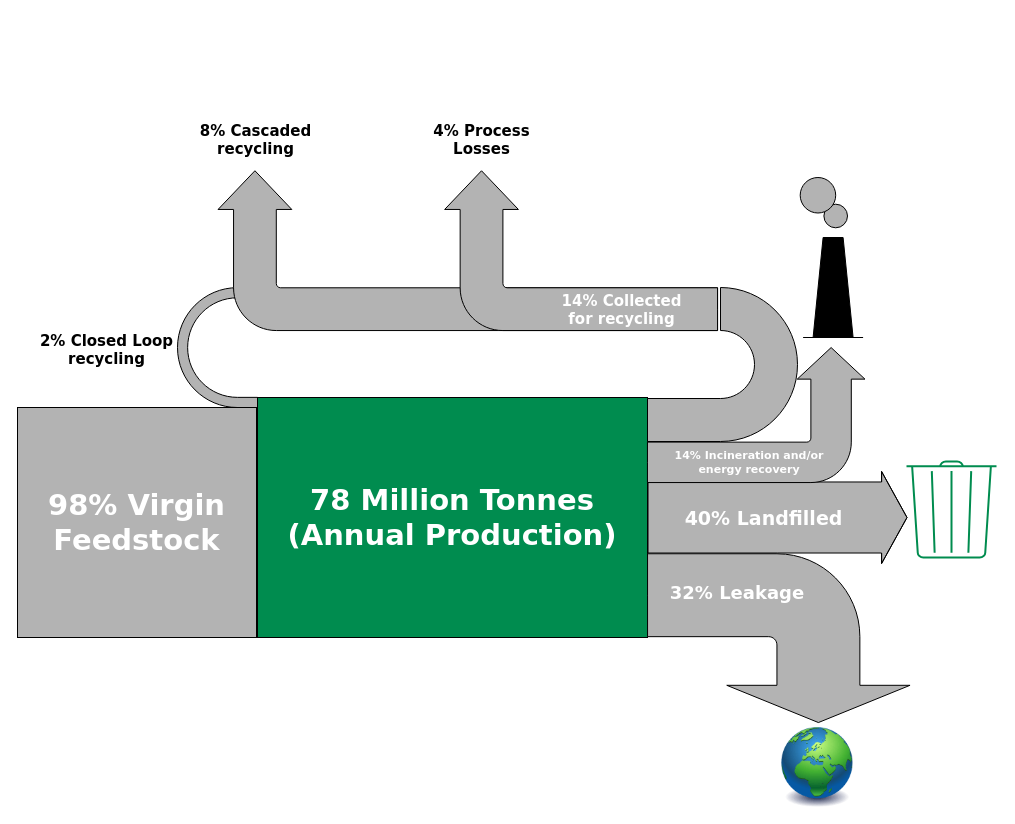
Above: Emerging-Technologies-for-the-Circular-Economy/figures/Diagram Source FIles/Ellen-McArthur-New-Plastics.drawio in ETCE-LAB/teaching-material (draw.io), before the change. Source tidied: cells renumbered, new cells numbered last; positions are measured from the earlier drawing's top-left corner, leaving out a move shared by most shapes. Both pictures are drawn from the tidied source at 100%, with x=0, y=0 at pixel (17, 0).
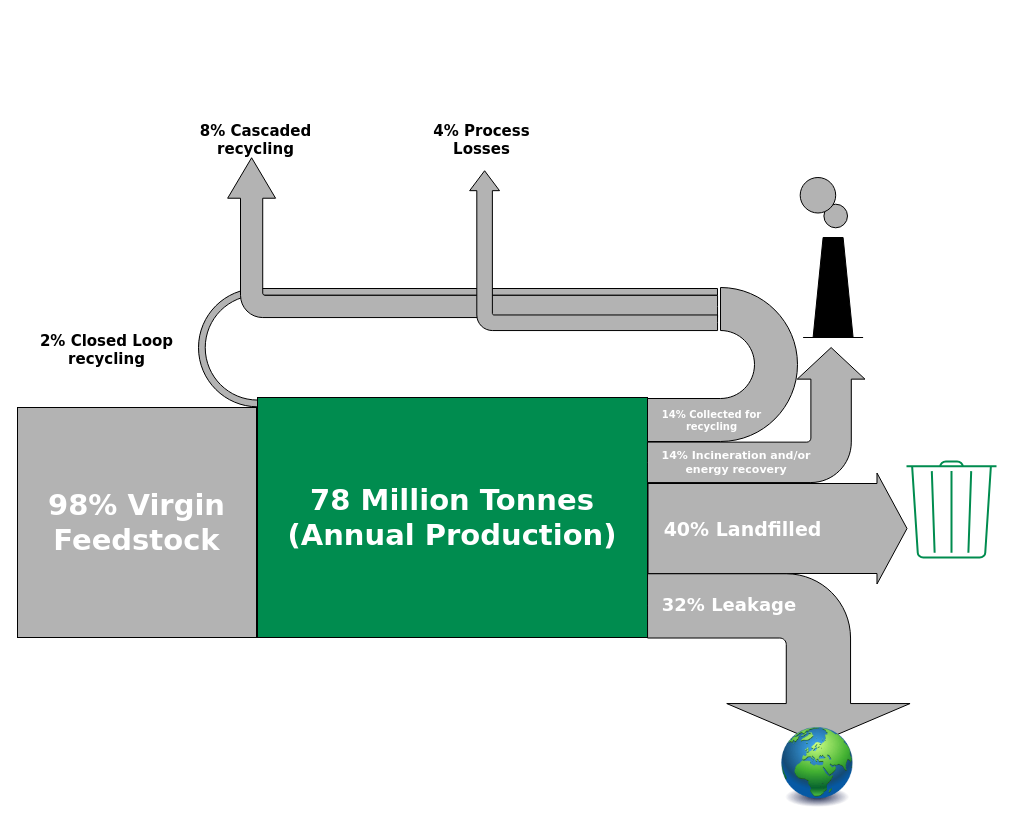
The same diagram, later.

Commit message (it also covers changes not shown here):
More accurate arrows in Ellen-McArthur Plastic Recycling flow figure

Unchanged cells that the change refers to:
```xml
<mxCell id="5" value="&lt;font face=&quot;Dejavu Sans&quot; style=&quot;font-size: 29px&quot;&gt;&lt;b&gt;&lt;font color=&quot;#ffffff&quot;&gt;78 Million Tonnes&lt;br&gt;(Annual Production)&lt;/font&gt;&lt;/b&gt;&lt;br&gt;&lt;/font&gt;" style="rounded=0;whiteSpace=wrap;html=1;fillColor=#008c4f;" parent="1" vertex="1">
  <mxGeometry x="240" y="397" width="390" height="240" as="geometry" />
</mxCell>
```

The edit, as a diff of the source:
```diff
@@
-    <mxCell id="2" style="html=1;shadow=0;dashed=0;align=center;verticalAlign=middle;shape=mxgraph.arrows2.uTurnArrow;dy=5.07;arrowHead=10.43;dx2=0.5;labelBackgroundColor=none;fontFamily=Dejavu Sans;fontSize=18;fontColor=#FFFFFF;strokeColor=#000000;fillColor=#B3B3B3;flipH=0;" parent="1" vertex="1">
-      <mxGeometry x="160" y="287" width="80" height="120" as="geometry" />
+    <mxCell id="2" style="html=1;shadow=0;dashed=0;align=center;verticalAlign=middle;shape=mxgraph.arrows2.uTurnArrow;dy=3.37;arrowHead=10.14;dx2=0.5;labelBackgroundColor=none;fontFamily=Dejavu Sans;fontSize=18;fontColor=#FFFFFF;strokeColor=#000000;fillColor=#B3B3B3;flipH=1;rotation=-180;" parent="1" vertex="1">
+      <mxGeometry x="181" y="288" width="519" height="120" as="geometry" />
     </mxCell>
-    <mxCell id="3" style="edgeStyle=orthogonalEdgeStyle;rounded=0;jettySize=auto;html=1;fontFamily=Dejavu Sans;fontSize=29;fontColor=#FFFFFF;shape=flexArrow;strokeColor=#000000;fillColor=#B3B3B3;width=71.0344827586207;endSize=8.13793103448276;" parent="1" edge="1" source="5">
+    <mxCell id="3" style="edgeStyle=orthogonalEdgeStyle;rounded=0;orthogonalLoop=1;jettySize=auto;html=1;fontFamily=Dejavu Sans;fontSize=29;fontColor=#FFFFFF;shape=flexArrow;strokeColor=#000000;fillColor=#B3B3B3;width=90;endSize=9.67;" parent="1" edge="1">
       <mxGeometry relative="1" as="geometry">
-        <mxPoint x="890" y="517" as="targetPoint" />
+        <mxPoint x="630" y="528" as="sourcePoint" />
+        <mxPoint x="890" y="528" as="targetPoint" />
       </mxGeometry>
     </mxCell>
     <mxCell id="4" value="&lt;b&gt;40% Landfilled&lt;/b&gt;" style="edgeLabel;html=1;align=center;verticalAlign=middle;fontSize=19;fontFamily=Dejavu Sans;fontColor=#FFFFFF;labelBackgroundColor=none;" parent="3" vertex="1">
       <mxGeometry x="-0.24" y="5" relative="1" as="geometry">
-        <mxPoint x="16" y="5" as="offset" />
+        <mxPoint x="-5" y="5" as="offset" />
       </mxGeometry>
     </mxCell>
@@
     <mxCell id="9" value="&lt;b style=&quot;font-size: 11px;&quot;&gt;14% Incineration and/or energy recovery&lt;/b&gt;" style="text;html=1;strokeColor=none;fillColor=none;align=center;verticalAlign=middle;whiteSpace=wrap;rounded=0;labelBackgroundColor=none;fontFamily=Dejavu Sans;fontSize=11;fontColor=#FFFFFF;" parent="1" vertex="1">
-      <mxGeometry x="642" y="447" width="180" height="30" as="geometry" />
+      <mxGeometry x="629" y="447" width="180" height="30" as="geometry" />
     </mxCell>
-    <mxCell id="10" style="html=1;shadow=0;dashed=0;align=center;verticalAlign=middle;shape=mxgraph.arrows2.bendArrow;dy=41.46;dx=37.25;notch=0;arrowHead=183.29;rounded=1;labelBackgroundColor=none;fontFamily=Dejavu Sans;fontSize=19;fontColor=#FFFFFF;fillColor=#B3B3B3;flipH=0;rotation=90;flipV=0;" parent="1" vertex="1">
-      <mxGeometry x="676.9" y="506.4" width="168.8" height="262.5" as="geometry" />
+    <mxCell id="10" style="html=1;shadow=0;dashed=0;align=center;verticalAlign=middle;shape=mxgraph.arrows2.bendArrow;dy=32.14;dx=38.99;notch=0;arrowHead=183.29;rounded=1;labelBackgroundColor=none;fontFamily=Dejavu Sans;fontSize=19;fontColor=#FFFFFF;fillColor=#B3B3B3;flipH=0;rotation=90;flipV=0;" parent="1" vertex="1">
+      <mxGeometry x="676.9" y="526.4" width="168.8" height="262.5" as="geometry" />
     </mxCell>
     <mxCell id="11" value="&lt;b style=&quot;font-size: 18px;&quot;&gt;32% Leakage&lt;/b&gt;" style="text;html=1;strokeColor=none;fillColor=none;align=center;verticalAlign=middle;whiteSpace=wrap;rounded=0;labelBackgroundColor=none;fontFamily=Dejavu Sans;fontSize=18;fontColor=#FFFFFF;" parent="1" vertex="1">
-      <mxGeometry x="630" y="577" width="180" height="30" as="geometry" />
+      <mxGeometry x="622" y="589" width="180" height="30" as="geometry" />
     </mxCell>
@@
-    <mxCell id="18" style="html=1;shadow=0;dashed=0;align=center;verticalAlign=middle;shape=mxgraph.arrows2.bendArrow;dy=21.38;dx=38.71;notch=0;arrowHead=73.76;rounded=1;labelBackgroundColor=none;fontFamily=Dejavu Sans;fontSize=18;fontColor=#FFFFFF;strokeColor=#000000;fillColor=#B3B3B3;rotation=-90;" parent="1" vertex="1">
-      <mxGeometry x="370.4" y="0.4" width="159.8" height="499.5" as="geometry" />
+    <mxCell id="18" style="html=1;shadow=0;dashed=0;align=center;verticalAlign=middle;shape=mxgraph.arrows2.bendArrow;dy=11.11;dx=40.47;notch=0;arrowHead=47.93;rounded=1;labelBackgroundColor=none;fontFamily=Dejavu Sans;fontSize=18;fontColor=#FFFFFF;strokeColor=#000000;fillColor=#B3B3B3;rotation=-90;" parent="1" vertex="1">
+      <mxGeometry x="375.2" y="-7.8" width="159.8" height="489.9" as="geometry" />
     </mxCell>
-    <mxCell id="19" style="html=1;shadow=0;dashed=0;align=center;verticalAlign=middle;shape=mxgraph.arrows2.bendArrow;dy=21.38;dx=38.71;notch=0;arrowHead=73.76;rounded=1;labelBackgroundColor=none;fontFamily=Dejavu Sans;fontSize=18;fontColor=#FFFFFF;strokeColor=#000000;fillColor=#B3B3B3;rotation=-90;" parent="1" vertex="1">
-      <mxGeometry x="483.7" y="113.7" width="159.8" height="272.9" as="geometry" />
+    <mxCell id="19" style="html=1;shadow=0;dashed=0;align=center;verticalAlign=middle;shape=mxgraph.arrows2.bendArrow;dy=7.79;dx=19.91;notch=0;arrowHead=29.89;rounded=1;labelBackgroundColor=none;fontFamily=Dejavu Sans;fontSize=18;fontColor=#FFFFFF;strokeColor=#000000;fillColor=#B3B3B3;rotation=-90;" parent="1" vertex="1">
+      <mxGeometry x="496.2" y="126.2" width="159.8" height="247.9" as="geometry" />
     </mxCell>
-    <mxCell id="20" value="14% Collected for recycling" style="text;html=1;strokeColor=none;fillColor=none;align=center;verticalAlign=middle;whiteSpace=wrap;rounded=0;labelBackgroundColor=none;fontFamily=Dejavu Sans;fontSize=15;fontColor=#FFFFFF;fontStyle=1;" parent="1" vertex="1">
-      <mxGeometry x="529" y="294" width="151" height="30" as="geometry" />
+    <mxCell id="20" value="14% Collected for recycling" style="text;html=1;strokeColor=none;fillColor=none;align=center;verticalAlign=middle;whiteSpace=wrap;rounded=0;labelBackgroundColor=none;fontFamily=Dejavu Sans;fontSize=10;fontColor=#FFFFFF;fontStyle=1;" parent="1" vertex="1">
+      <mxGeometry x="619" y="405" width="151" height="30" as="geometry" />
     </mxCell>
```
